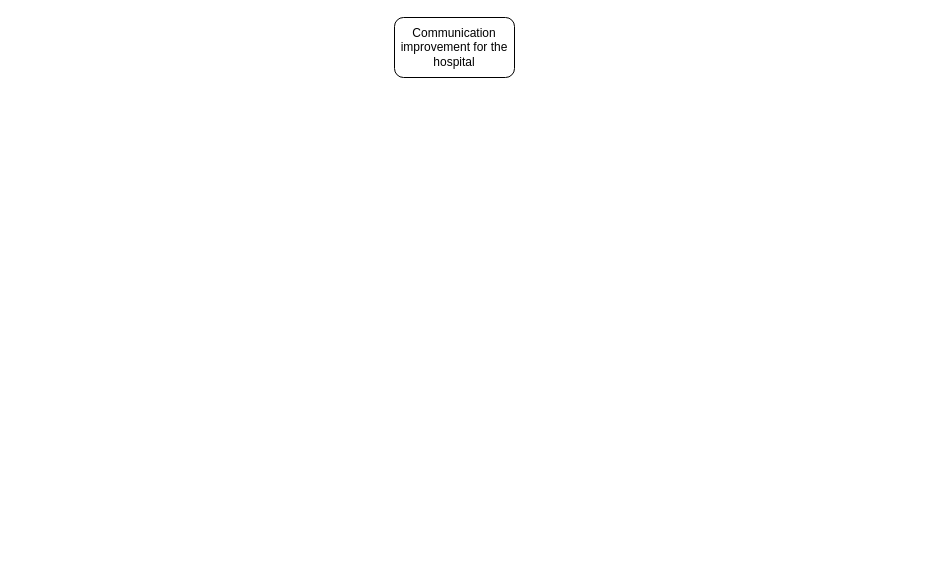
Earlier version of the draw.io diagram FunctionalDecompastionDiagram.drawio (KevashanGovender/SolutionsAssessmentAndValidationOSA). Source tidied: cells renumbered, new cells numbered last; positions are measured from the earlier drawing's top-left corner, leaving out a move shared by most shapes. Both pictures are drawn from the tidied source at 100%, with x=0, y=0 at pixel (394, 17).
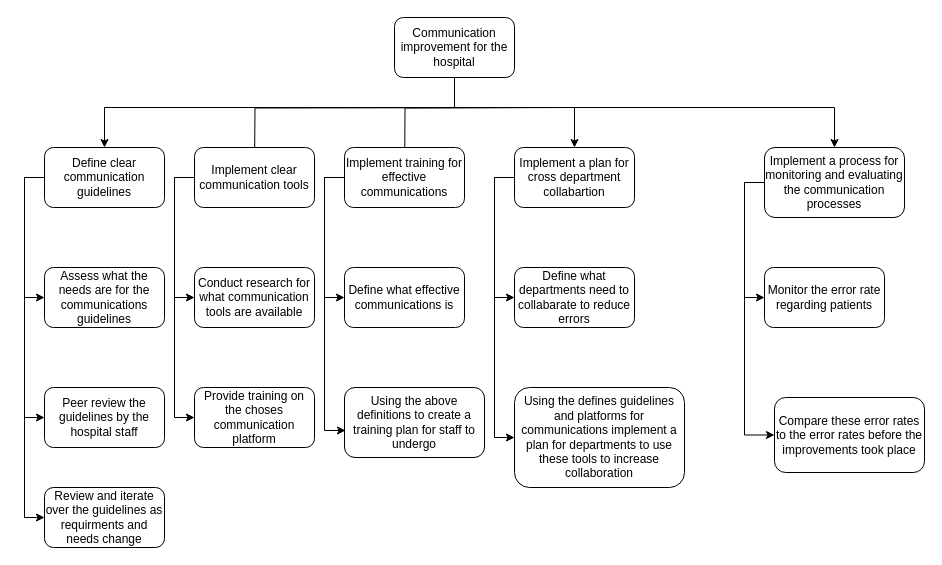
After the change.

Unchanged cells that the change refers to:
```xml
<mxCell id="2" value="Communication improvement for the hospital" style="rounded=1;whiteSpace=wrap;html=1;" parent="1" vertex="1">
  <mxGeometry width="120" height="60" as="geometry" />
</mxCell>
```

What changed in the source:
```diff
@@
+    <mxCell id="3" style="edgeStyle=orthogonalEdgeStyle;rounded=0;jettySize=auto;html=1;exitX=0.5;exitY=1;exitDx=0;exitDy=0;entryX=0.5;entryY=0;entryDx=0;entryDy=0;" parent="1" edge="1" source="2" target="11">
+      <mxGeometry relative="1" as="geometry">
+        <Array as="points">
+          <mxPoint x="60" y="90" />
+          <mxPoint x="-290" y="90" />
+        </Array>
+      </mxGeometry>
+    </mxCell>
+    <mxCell id="4" style="edgeStyle=orthogonalEdgeStyle;rounded=0;orthogonalLoop=1;jettySize=auto;html=1;exitX=0.5;exitY=1;exitDx=0;exitDy=0;entryX=0.5;entryY=0;entryDx=0;entryDy=0;" parent="1" edge="1">
+      <mxGeometry relative="1" as="geometry">
+        <mxPoint x="205" y="90" as="sourcePoint" />
+        <mxPoint x="-140" y="150" as="targetPoint" />
+      </mxGeometry>
+    </mxCell>
+    <mxCell id="5" style="edgeStyle=orthogonalEdgeStyle;rounded=0;orthogonalLoop=1;jettySize=auto;html=1;" parent="1" edge="1">
+      <mxGeometry relative="1" as="geometry">
+        <mxPoint x="145" y="90" as="sourcePoint" />
+        <mxPoint x="10" y="180" as="targetPoint" />
+      </mxGeometry>
+    </mxCell>
+    <mxCell id="6" style="edgeStyle=orthogonalEdgeStyle;rounded=0;jettySize=auto;html=1;exitX=0.5;exitY=1;exitDx=0;exitDy=0;entryX=0.5;entryY=0;entryDx=0;entryDy=0;" parent="1" edge="1" source="2" target="20">
+      <mxGeometry relative="1" as="geometry">
+        <Array as="points">
+          <mxPoint x="60" y="90" />
+          <mxPoint x="180" y="90" />
+        </Array>
+      </mxGeometry>
+    </mxCell>
+    <mxCell id="7" style="edgeStyle=orthogonalEdgeStyle;rounded=0;jettySize=auto;html=1;exitX=0.5;exitY=1;exitDx=0;exitDy=0;entryX=0.5;entryY=0;entryDx=0;entryDy=0;" parent="1" edge="1" source="2" target="23">
+      <mxGeometry relative="1" as="geometry">
+        <Array as="points">
+          <mxPoint x="60" y="90" />
+          <mxPoint x="440" y="90" />
+        </Array>
+      </mxGeometry>
+    </mxCell>
@@
+    <mxCell id="8" style="edgeStyle=orthogonalEdgeStyle;rounded=0;jettySize=auto;html=1;exitX=0;exitY=0.5;exitDx=0;exitDy=0;entryX=0;entryY=0.5;entryDx=0;entryDy=0;" parent="1" edge="1" source="11" target="24">
+      <mxGeometry relative="1" as="geometry" />
+    </mxCell>
+    <mxCell id="9" style="edgeStyle=orthogonalEdgeStyle;rounded=0;jettySize=auto;html=1;exitX=0;exitY=0.5;exitDx=0;exitDy=0;entryX=0;entryY=0.5;entryDx=0;entryDy=0;" parent="1" edge="1" source="11" target="25">
+      <mxGeometry relative="1" as="geometry" />
+    </mxCell>
+    <mxCell id="10" style="edgeStyle=orthogonalEdgeStyle;rounded=0;jettySize=auto;html=1;exitX=0;exitY=0.5;exitDx=0;exitDy=0;entryX=0;entryY=0.5;entryDx=0;entryDy=0;" parent="1" edge="1" source="11" target="26">
+      <mxGeometry relative="1" as="geometry" />
+    </mxCell>
+    <mxCell id="11" value="Define clear communication guidelines" style="rounded=1;whiteSpace=wrap;html=1;" parent="1" vertex="1">
+      <mxGeometry x="-350" y="130" width="120" height="60" as="geometry" />
+    </mxCell>
+    <mxCell id="12" style="edgeStyle=orthogonalEdgeStyle;rounded=0;jettySize=auto;html=1;exitX=0;exitY=0.5;exitDx=0;exitDy=0;entryX=0;entryY=0.5;entryDx=0;entryDy=0;" parent="1" edge="1" source="14" target="27">
+      <mxGeometry relative="1" as="geometry" />
+    </mxCell>
+    <mxCell id="13" style="edgeStyle=orthogonalEdgeStyle;rounded=0;jettySize=auto;html=1;exitX=0;exitY=0.5;exitDx=0;exitDy=0;entryX=0;entryY=0.5;entryDx=0;entryDy=0;" parent="1" edge="1" source="14" target="28">
+      <mxGeometry relative="1" as="geometry" />
+    </mxCell>
+    <mxCell id="14" value="Implement clear communication tools" style="rounded=1;whiteSpace=wrap;html=1;" parent="1" vertex="1">
+      <mxGeometry x="-200" y="130" width="120" height="60" as="geometry" />
+    </mxCell>
+    <mxCell id="15" style="edgeStyle=orthogonalEdgeStyle;rounded=0;jettySize=auto;html=1;exitX=0;exitY=0.5;exitDx=0;exitDy=0;entryX=0;entryY=0.5;entryDx=0;entryDy=0;" parent="1" edge="1" source="17" target="29">
+      <mxGeometry relative="1" as="geometry" />
+    </mxCell>
+    <mxCell id="16" style="edgeStyle=orthogonalEdgeStyle;rounded=0;jettySize=auto;html=1;exitX=0;exitY=0.5;exitDx=0;exitDy=0;entryX=0.007;entryY=0.614;entryDx=0;entryDy=0;entryPerimeter=0;" parent="1" edge="1" source="17" target="30">
+      <mxGeometry relative="1" as="geometry" />
+    </mxCell>
+    <mxCell id="17" value="Implement training for effective communications" style="rounded=1;whiteSpace=wrap;html=1;" parent="1" vertex="1">
+      <mxGeometry x="-50" y="130" width="120" height="60" as="geometry" />
+    </mxCell>
+    <mxCell id="18" style="edgeStyle=orthogonalEdgeStyle;rounded=0;jettySize=auto;html=1;exitX=0;exitY=0.5;exitDx=0;exitDy=0;entryX=0;entryY=0.5;entryDx=0;entryDy=0;" parent="1" edge="1" source="20" target="31">
+      <mxGeometry relative="1" as="geometry" />
+    </mxCell>
+    <mxCell id="19" style="edgeStyle=orthogonalEdgeStyle;rounded=0;jettySize=auto;html=1;exitX=0;exitY=0.5;exitDx=0;exitDy=0;entryX=0;entryY=0.5;entryDx=0;entryDy=0;" parent="1" edge="1" source="20" target="32">
+      <mxGeometry relative="1" as="geometry" />
+    </mxCell>
+    <mxCell id="20" value="Implement a plan for cross department collabartion" style="rounded=1;whiteSpace=wrap;html=1;" parent="1" vertex="1">
+      <mxGeometry x="120" y="130" width="120" height="60" as="geometry" />
+    </mxCell>
+    <mxCell id="21" style="edgeStyle=orthogonalEdgeStyle;rounded=0;jettySize=auto;html=1;exitX=0;exitY=0.5;exitDx=0;exitDy=0;entryX=0;entryY=0.5;entryDx=0;entryDy=0;" parent="1" edge="1" source="23" target="33">
+      <mxGeometry relative="1" as="geometry" />
+    </mxCell>
+    <mxCell id="22" style="edgeStyle=orthogonalEdgeStyle;rounded=0;jettySize=auto;html=1;exitX=0;exitY=0.5;exitDx=0;exitDy=0;entryX=0;entryY=0.5;entryDx=0;entryDy=0;" parent="1" edge="1" source="23" target="34">
+      <mxGeometry relative="1" as="geometry" />
+    </mxCell>
+    <mxCell id="23" value="Implement a process for monitoring and evaluating the communication processes" style="rounded=1;whiteSpace=wrap;html=1;" parent="1" vertex="1">
+      <mxGeometry x="370" y="130" width="140" height="70" as="geometry" />
+    </mxCell>
+    <mxCell id="24" value="Assess what the needs are for the communications guidelines" style="rounded=1;whiteSpace=wrap;html=1;" parent="1" vertex="1">
+      <mxGeometry x="-350" y="250" width="120" height="60" as="geometry" />
+    </mxCell>
+    <mxCell id="25" value="Peer review the guidelines by the hospital staff" style="rounded=1;whiteSpace=wrap;html=1;" parent="1" vertex="1">
+      <mxGeometry x="-350" y="370" width="120" height="60" as="geometry" />
+    </mxCell>
+    <mxCell id="26" value="Review and iterate over the guidelines as requirments and needs change" style="rounded=1;whiteSpace=wrap;html=1;" parent="1" vertex="1">
+      <mxGeometry x="-350" y="470" width="120" height="60" as="geometry" />
+    </mxCell>
+    <mxCell id="27" value="Conduct research for what communication tools are available" style="rounded=1;whiteSpace=wrap;html=1;" parent="1" vertex="1">
+      <mxGeometry x="-200" y="250" width="120" height="60" as="geometry" />
+    </mxCell>
+    <mxCell id="28" value="Provide training on the choses communication platform" style="rounded=1;whiteSpace=wrap;html=1;" parent="1" vertex="1">
+      <mxGeometry x="-200" y="370" width="120" height="60" as="geometry" />
+    </mxCell>
+    <mxCell id="29" value="Define what effective communications is" style="rounded=1;whiteSpace=wrap;html=1;" parent="1" vertex="1">
+      <mxGeometry x="-50" y="250" width="120" height="60" as="geometry" />
+    </mxCell>
+    <mxCell id="30" value="Using the above definitions to create a training plan for staff to undergo&lt;br&gt;" style="rounded=1;whiteSpace=wrap;html=1;" parent="1" vertex="1">
+      <mxGeometry x="-50" y="370" width="140" height="70" as="geometry" />
+    </mxCell>
+    <mxCell id="31" value="Define what departments need to collabarate to reduce errors" style="rounded=1;whiteSpace=wrap;html=1;" parent="1" vertex="1">
+      <mxGeometry x="120" y="250" width="120" height="60" as="geometry" />
+    </mxCell>
+    <mxCell id="32" value="Using the defines guidelines and platforms for communications implement a plan for departments to use these tools to increase collaboration" style="rounded=1;whiteSpace=wrap;html=1;" parent="1" vertex="1">
+      <mxGeometry x="120" y="370" width="170" height="100" as="geometry" />
+    </mxCell>
+    <mxCell id="33" value="Monitor the error rate regarding patients" style="rounded=1;whiteSpace=wrap;html=1;" parent="1" vertex="1">
+      <mxGeometry x="370" y="250" width="120" height="60" as="geometry" />
+    </mxCell>
+    <mxCell id="34" value="Compare these error rates to the error rates before the improvements took place" style="rounded=1;whiteSpace=wrap;html=1;" parent="1" vertex="1">
+      <mxGeometry x="380" y="380" width="150" height="75" as="geometry" />
+    </mxCell>
```
